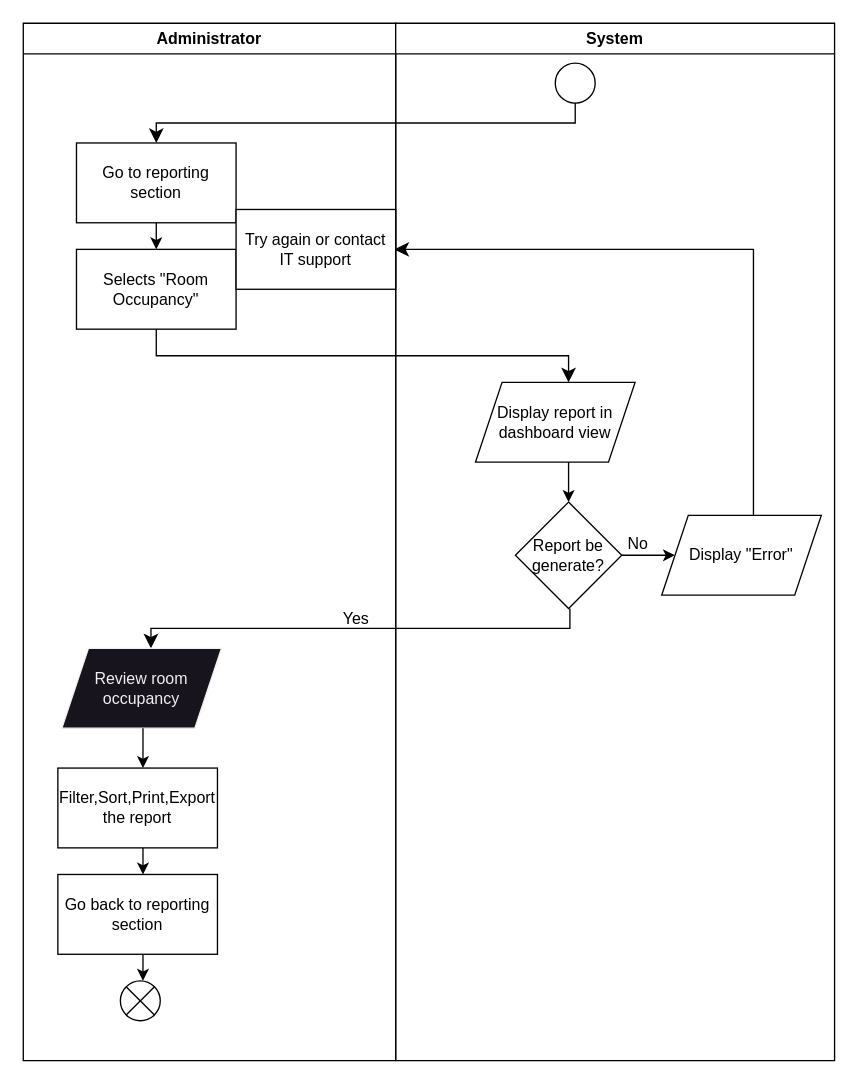
Before: project/drawio/stakeholder/activity diagram/uc06.drawio in drshahizan/software-engineering, a draw.io diagram. Source tidied: cells renumbered, new cells numbered last; positions are measured from the earlier drawing's top-left corner, leaving out a move shared by most shapes. Both pictures are drawn from the tidied source at 133%, with x=0, y=0 at pixel (23, 23).
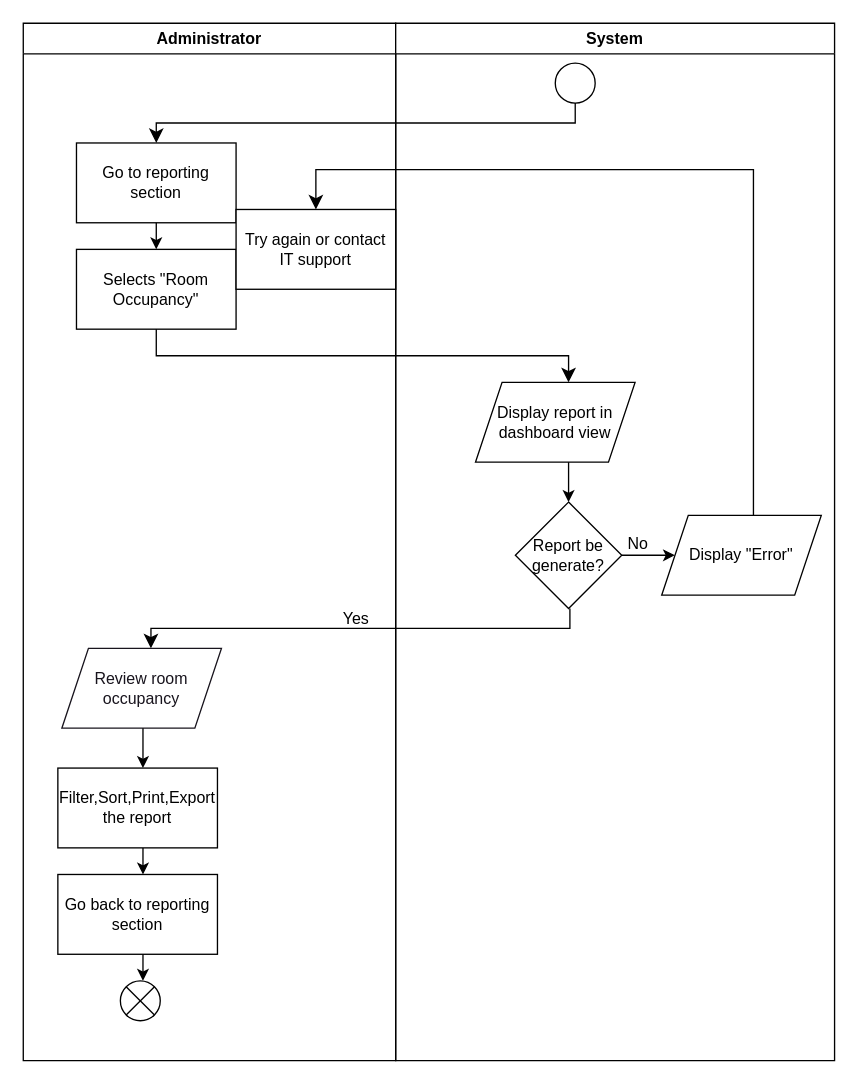
The same diagram, later.

The change refers to these unchanged cells:
```xml
<mxCell id="24" value="Try again or contact IT support" style="rounded=0;whiteSpace=wrap;html=1;" parent="1" vertex="1">
  <mxGeometry x="160" y="140" width="120" height="60" as="geometry" />
</mxCell>
```

Change to the diagram source:
```diff
@@
-    <mxCell id="12" value="Review room occupancy" style="shape=parallelogram;perimeter=parallelogramPerimeter;whiteSpace=wrap;html=1;fixedSize=1;fontFamily=Helvetica;fontSize=12;fontColor=rgb(240, 240, 240);align=center;strokeColor=rgb(240, 240, 240);fillColor=rgb(24, 20, 29);" parent="1" vertex="1">
+    <mxCell id="12" value="&lt;font color=&quot;#18141d&quot;&gt;Review room occupancy&lt;/font&gt;" style="shape=parallelogram;perimeter=parallelogramPerimeter;whiteSpace=wrap;html=1;fixedSize=1;fontFamily=Helvetica;fontSize=12;fontColor=rgb(240, 240, 240);align=center;strokeColor=#18141D;fillColor=#FFFFFF;" parent="1" vertex="1">
       <mxGeometry x="29" y="470" width="120" height="60" as="geometry" />
     </mxCell>
@@
-    <mxCell id="23" style="edgeStyle=elbowEdgeStyle;elbow=vertical;endArrow=classic;html=1;curved=0;rounded=0;endSize=8;startSize=8;" parent="1" edge="1">
+    <mxCell id="23" style="edgeStyle=elbowEdgeStyle;elbow=vertical;endArrow=classic;html=1;curved=0;rounded=0;endSize=8;startSize=8;" parent="1" edge="1" target="24">
       <mxGeometry relative="1" as="geometry">
         <mxPoint x="549" y="370" as="sourcePoint" />
-        <mxPoint x="279" y="170" as="targetPoint" />
         <Array as="points">
-          <mxPoint x="409" y="170" />
+          <mxPoint x="370" y="110" />
         </Array>
       </mxGeometry>
     </mxCell>
```
